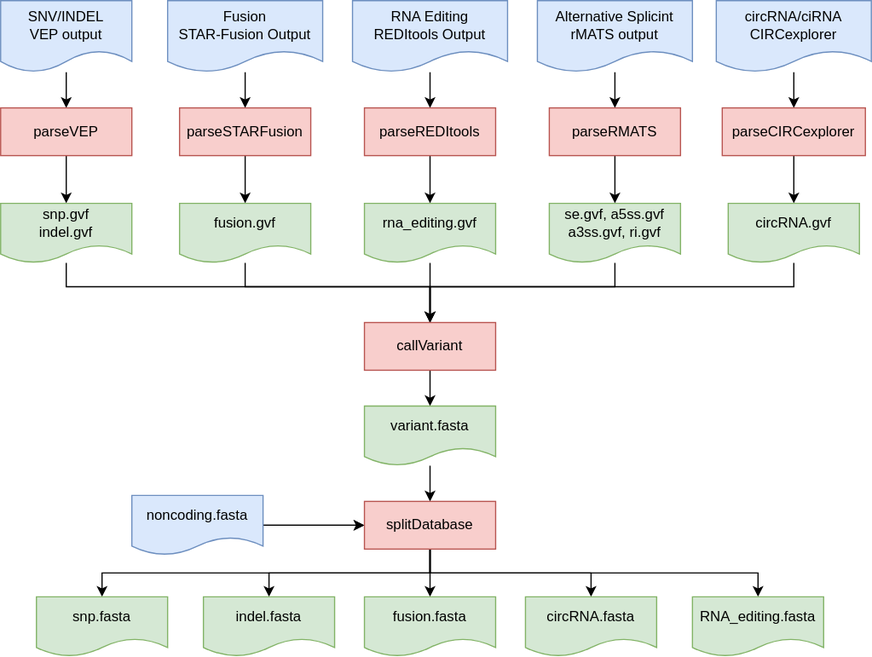
uclahs-cds/pipeline-call-NonCanonicalPeptide keeps this draw.io diagram as img/diagram.drawio.svg. Above is the earlier version. Source tidied: cells renumbered, new cells last; positions are measured from the earlier drawing's top-left corner, leaving out a move shared by most shapes.
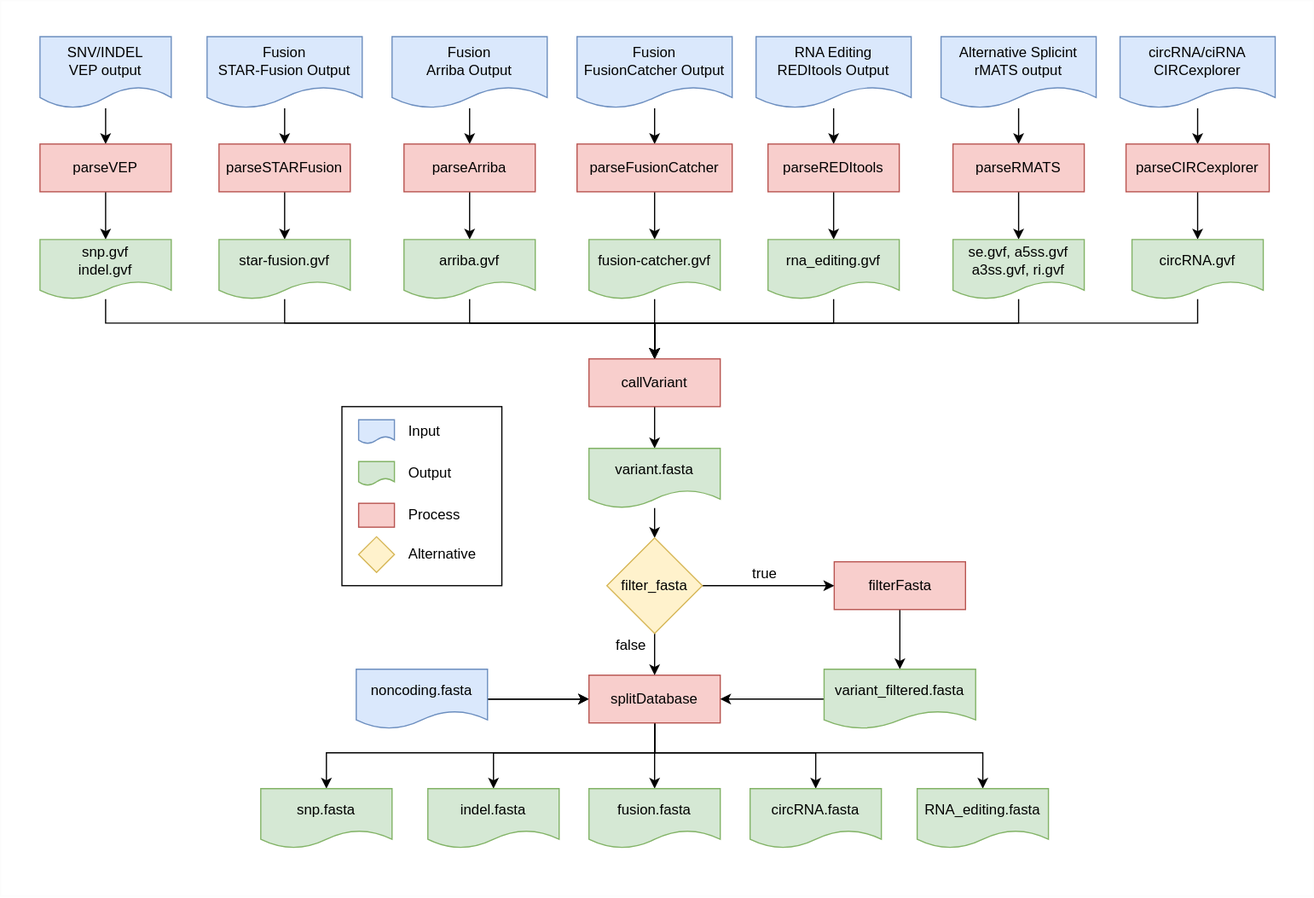
Later version of the same file.

Commit message:
readme updated with all parameters, diagram updated

Diff of the diagram source:
```diff
@@ -4,2 +4,5 @@
     <mxCell id="1" parent="0" />
+    <mxCell id="50" style="rounded=0;whiteSpace=wrap;html=1;strokeColor=#FCFCFC;" parent="1" vertex="1">
+      <mxGeometry x="-40" y="-40" width="1100" height="750" as="geometry" />
+    </mxCell>
     <mxCell id="2" style="edgeStyle=orthogonalEdgeStyle;rounded=0;jettySize=auto;html=1;entryX=0.5;entryY=0;entryDx=0;entryDy=0;" parent="1" edge="1" source="3" target="13">
@@ -8,3 +11,3 @@
     <mxCell id="3" value="SNV/INDEL&lt;br&gt;VEP output" style="shape=document;whiteSpace=wrap;html=1;boundedLbl=1;fillColor=#dae8fc;strokeColor=#6c8ebf;" parent="1" vertex="1">
-      <mxGeometry width="110" height="60" as="geometry" />
+      <mxGeometry x="-7" y="-10" width="110" height="60" as="geometry" />
     </mxCell>
@@ -14,3 +17,3 @@
     <mxCell id="5" value="Fusion&lt;br&gt;STAR-Fusion Output" style="shape=document;whiteSpace=wrap;html=1;boundedLbl=1;fillColor=#dae8fc;strokeColor=#6c8ebf;" parent="1" vertex="1">
-      <mxGeometry x="140" width="130" height="60" as="geometry" />
+      <mxGeometry x="133" y="-10" width="130" height="60" as="geometry" />
     </mxCell>
@@ -20,3 +23,3 @@
     <mxCell id="7" value="RNA Editing&lt;br&gt;REDItools Output" style="shape=document;whiteSpace=wrap;html=1;boundedLbl=1;fillColor=#dae8fc;strokeColor=#6c8ebf;" parent="1" vertex="1">
-      <mxGeometry x="295" width="130" height="60" as="geometry" />
+      <mxGeometry x="593" y="-10" width="130" height="60" as="geometry" />
     </mxCell>
@@ -26,3 +29,3 @@
     <mxCell id="9" value="Alternative Splicint&lt;br&gt;rMATS output" style="shape=document;whiteSpace=wrap;html=1;boundedLbl=1;fillColor=#dae8fc;strokeColor=#6c8ebf;" parent="1" vertex="1">
-      <mxGeometry x="450" width="130" height="60" as="geometry" />
+      <mxGeometry x="748" y="-10" width="130" height="60" as="geometry" />
     </mxCell>
@@ -32,3 +35,3 @@
     <mxCell id="11" value="circRNA/ciRNA&lt;br&gt;CIRCexplorer" style="shape=document;whiteSpace=wrap;html=1;boundedLbl=1;fillColor=#dae8fc;strokeColor=#6c8ebf;" parent="1" vertex="1">
-      <mxGeometry x="600" width="130" height="60" as="geometry" />
+      <mxGeometry x="898" y="-10" width="130" height="60" as="geometry" />
     </mxCell>
@@ -38,3 +41,3 @@
     <mxCell id="13" value="parseVEP" style="rounded=0;whiteSpace=wrap;html=1;fillColor=#f8cecc;strokeColor=#b85450;" parent="1" vertex="1">
-      <mxGeometry y="90" width="110" height="40" as="geometry" />
+      <mxGeometry x="-7" y="80" width="110" height="40" as="geometry" />
     </mxCell>
@@ -44,3 +47,3 @@
     <mxCell id="15" value="parseSTARFusion" style="rounded=0;whiteSpace=wrap;html=1;fillColor=#f8cecc;strokeColor=#b85450;" parent="1" vertex="1">
-      <mxGeometry x="150" y="90" width="110" height="40" as="geometry" />
+      <mxGeometry x="143" y="80" width="110" height="40" as="geometry" />
     </mxCell>
@@ -50,3 +53,3 @@
     <mxCell id="17" value="parseREDItools" style="rounded=0;whiteSpace=wrap;html=1;fillColor=#f8cecc;strokeColor=#b85450;" parent="1" vertex="1">
-      <mxGeometry x="305" y="90" width="110" height="40" as="geometry" />
+      <mxGeometry x="603" y="80" width="110" height="40" as="geometry" />
     </mxCell>
@@ -56,3 +59,3 @@
     <mxCell id="19" value="parseRMATS" style="rounded=0;whiteSpace=wrap;html=1;fillColor=#f8cecc;strokeColor=#b85450;" parent="1" vertex="1">
-      <mxGeometry x="460" y="90" width="110" height="40" as="geometry" />
+      <mxGeometry x="758" y="80" width="110" height="40" as="geometry" />
     </mxCell>
@@ -62,9 +65,9 @@
     <mxCell id="21" value="parseCIRCexplorer" style="rounded=0;whiteSpace=wrap;html=1;fillColor=#f8cecc;strokeColor=#b85450;" parent="1" vertex="1">
-      <mxGeometry x="605" y="90" width="120" height="40" as="geometry" />
+      <mxGeometry x="903" y="80" width="120" height="40" as="geometry" />
     </mxCell>
-    <mxCell id="22" style="edgeStyle=orthogonalEdgeStyle;rounded=0;jettySize=auto;html=1;entryX=0.5;entryY=0;entryDx=0;entryDy=0;" parent="1" edge="1" source="23" target="33">
+    <mxCell id="22" style="edgeStyle=orthogonalEdgeStyle;html=1;entryX=0.5;entryY=0;entryDx=0;entryDy=0;rounded=0;" parent="1" edge="1" source="23" target="33">
       <mxGeometry relative="1" as="geometry">
         <Array as="points">
-          <mxPoint x="55" y="240" />
-          <mxPoint x="360" y="240" />
+          <mxPoint x="48" y="230" />
+          <mxPoint x="508" y="230" />
         </Array>
@@ -73,27 +76,31 @@
     <mxCell id="23" value="snp.gvf&lt;br&gt;indel.gvf" style="shape=document;whiteSpace=wrap;html=1;boundedLbl=1;fillColor=#d5e8d4;strokeColor=#82b366;" parent="1" vertex="1">
-      <mxGeometry y="170" width="110" height="50" as="geometry" />
+      <mxGeometry x="-7" y="160" width="110" height="50" as="geometry" />
     </mxCell>
-    <mxCell id="24" style="edgeStyle=orthogonalEdgeStyle;rounded=0;jettySize=auto;html=1;" parent="1" edge="1" source="25">
-      <mxGeometry relative="1" as="geometry">
-        <mxPoint x="360" y="280" as="targetPoint" />
-        <Array as="points">
-          <mxPoint x="205" y="240" />
-          <mxPoint x="360" y="240" />
-        </Array>
-      </mxGeometry>
-    </mxCell>
+    <mxCell id="51" style="edgeStyle=orthogonalEdgeStyle;rounded=0;html=1;entryX=0.5;entryY=0;entryDx=0;entryDy=0;" parent="1" edge="1" source="25" target="33">
+      <mxGeometry relative="1" as="geometry">
+        <Array as="points">
+          <mxPoint x="198" y="230" />
+          <mxPoint x="508" y="230" />
+        </Array>
+      </mxGeometry>
+    </mxCell>
-    <mxCell id="25" value="fusion.gvf" style="shape=document;whiteSpace=wrap;html=1;boundedLbl=1;fillColor=#d5e8d4;strokeColor=#82b366;" parent="1" vertex="1">
-      <mxGeometry x="150" y="170" width="110" height="50" as="geometry" />
+    <mxCell id="25" value="star-fusion.gvf" style="shape=document;whiteSpace=wrap;html=1;boundedLbl=1;fillColor=#d5e8d4;strokeColor=#82b366;" parent="1" vertex="1">
+      <mxGeometry x="143" y="160" width="110" height="50" as="geometry" />
     </mxCell>
-    <mxCell id="26" style="edgeStyle=orthogonalEdgeStyle;rounded=0;jettySize=auto;html=1;entryX=0.5;entryY=0;entryDx=0;entryDy=0;" parent="1" edge="1" source="27" target="33">
-      <mxGeometry relative="1" as="geometry" />
+    <mxCell id="26" style="edgeStyle=orthogonalEdgeStyle;rounded=0;html=1;entryX=0.5;entryY=0;entryDx=0;entryDy=0;" parent="1" edge="1" source="27" target="33">
+      <mxGeometry relative="1" as="geometry">
+        <Array as="points">
+          <mxPoint x="658" y="230" />
+          <mxPoint x="508" y="230" />
+        </Array>
+      </mxGeometry>
     </mxCell>
     <mxCell id="27" value="rna_editing.gvf" style="shape=document;whiteSpace=wrap;html=1;boundedLbl=1;fillColor=#d5e8d4;strokeColor=#82b366;" parent="1" vertex="1">
-      <mxGeometry x="305" y="170" width="110" height="50" as="geometry" />
+      <mxGeometry x="603" y="160" width="110" height="50" as="geometry" />
     </mxCell>
-    <mxCell id="28" style="edgeStyle=orthogonalEdgeStyle;rounded=0;jettySize=auto;html=1;entryX=0.5;entryY=0;entryDx=0;entryDy=0;" parent="1" edge="1" source="29" target="33">
+    <mxCell id="28" style="edgeStyle=orthogonalEdgeStyle;rounded=0;html=1;entryX=0.5;entryY=0;entryDx=0;entryDy=0;" parent="1" edge="1" source="29" target="33">
       <mxGeometry relative="1" as="geometry">
         <Array as="points">
-          <mxPoint x="515" y="240" />
-          <mxPoint x="360" y="240" />
+          <mxPoint x="813" y="230" />
+          <mxPoint x="508" y="230" />
         </Array>
@@ -102,9 +109,9 @@
     <mxCell id="29" value="se.gvf, a5ss.gvf a3ss.gvf, ri.gvf" style="shape=document;whiteSpace=wrap;html=1;boundedLbl=1;fillColor=#d5e8d4;strokeColor=#82b366;" parent="1" vertex="1">
-      <mxGeometry x="460" y="170" width="110" height="50" as="geometry" />
+      <mxGeometry x="758" y="160" width="110" height="50" as="geometry" />
     </mxCell>
-    <mxCell id="30" style="edgeStyle=orthogonalEdgeStyle;rounded=0;jettySize=auto;html=1;entryX=0.5;entryY=0;entryDx=0;entryDy=0;" parent="1" edge="1" source="31" target="33">
+    <mxCell id="30" style="edgeStyle=orthogonalEdgeStyle;rounded=0;html=1;entryX=0.5;entryY=0;entryDx=0;entryDy=0;" parent="1" edge="1" source="31" target="33">
       <mxGeometry relative="1" as="geometry">
         <Array as="points">
-          <mxPoint x="665" y="240" />
-          <mxPoint x="360" y="240" />
+          <mxPoint x="963" y="230" />
+          <mxPoint x="508" y="230" />
         </Array>
@@ -113,3 +120,3 @@
     <mxCell id="31" value="circRNA.gvf" style="shape=document;whiteSpace=wrap;html=1;boundedLbl=1;fillColor=#d5e8d4;strokeColor=#82b366;" parent="1" vertex="1">
-      <mxGeometry x="610" y="170" width="110" height="50" as="geometry" />
+      <mxGeometry x="908" y="160" width="110" height="50" as="geometry" />
     </mxCell>
@@ -119,9 +126,9 @@
     <mxCell id="33" value="callVariant" style="rounded=0;whiteSpace=wrap;html=1;fillColor=#f8cecc;strokeColor=#b85450;" parent="1" vertex="1">
-      <mxGeometry x="305" y="270" width="110" height="40" as="geometry" />
+      <mxGeometry x="453" y="260" width="110" height="40" as="geometry" />
     </mxCell>
-    <mxCell id="34" style="edgeStyle=orthogonalEdgeStyle;rounded=0;jettySize=auto;html=1;" parent="1" edge="1" source="35" target="44">
-      <mxGeometry relative="1" as="geometry" />
-    </mxCell>
+    <mxCell id="52" style="edgeStyle=orthogonalEdgeStyle;rounded=0;html=1;" parent="1" edge="1" source="35" target="69">
+      <mxGeometry relative="1" as="geometry" />
+    </mxCell>
     <mxCell id="35" value="variant.fasta" style="shape=document;whiteSpace=wrap;html=1;boundedLbl=1;fillColor=#d5e8d4;strokeColor=#82b366;" parent="1" vertex="1">
-      <mxGeometry x="305" y="340" width="110" height="50" as="geometry" />
+      <mxGeometry x="453" y="335" width="110" height="50" as="geometry" />
     </mxCell>
@@ -134,3 +141,3 @@
     <mxCell id="38" value="noncoding.fasta" style="shape=document;whiteSpace=wrap;html=1;boundedLbl=1;fillColor=#dae8fc;strokeColor=#6c8ebf;" parent="1" vertex="1">
-      <mxGeometry x="110" y="415" width="110" height="50" as="geometry" />
+      <mxGeometry x="258" y="520" width="110" height="50" as="geometry" />
     </mxCell>
@@ -139,4 +146,4 @@
         <Array as="points">
-          <mxPoint x="360" y="480" />
-          <mxPoint x="85" y="480" />
+          <mxPoint x="508" y="590" />
+          <mxPoint x="233" y="590" />
         </Array>
@@ -147,4 +154,4 @@
         <Array as="points">
-          <mxPoint x="360" y="480" />
-          <mxPoint x="225" y="480" />
+          <mxPoint x="508" y="590" />
+          <mxPoint x="373" y="590" />
         </Array>
@@ -158,4 +165,4 @@
         <Array as="points">
-          <mxPoint x="360" y="480" />
-          <mxPoint x="495" y="480" />
+          <mxPoint x="508" y="590" />
+          <mxPoint x="643" y="590" />
         </Array>
@@ -166,4 +173,4 @@
         <Array as="points">
-          <mxPoint x="360" y="480" />
-          <mxPoint x="635" y="480" />
+          <mxPoint x="508" y="590" />
+          <mxPoint x="783" y="590" />
         </Array>
@@ -172,19 +179,117 @@
     <mxCell id="44" value="splitDatabase" style="rounded=0;whiteSpace=wrap;html=1;fillColor=#f8cecc;strokeColor=#b85450;" parent="1" vertex="1">
-      <mxGeometry x="305" y="420" width="110" height="40" as="geometry" />
+      <mxGeometry x="453" y="525" width="110" height="40" as="geometry" />
     </mxCell>
     <mxCell id="45" value="snp.fasta" style="shape=document;whiteSpace=wrap;html=1;boundedLbl=1;fillColor=#d5e8d4;strokeColor=#82b366;" parent="1" vertex="1">
-      <mxGeometry x="30" y="500" width="110" height="50" as="geometry" />
+      <mxGeometry x="178" y="620" width="110" height="50" as="geometry" />
     </mxCell>
     <mxCell id="46" value="indel.fasta" style="shape=document;whiteSpace=wrap;html=1;boundedLbl=1;fillColor=#d5e8d4;strokeColor=#82b366;" parent="1" vertex="1">
-      <mxGeometry x="170" y="500" width="110" height="50" as="geometry" />
+      <mxGeometry x="318" y="620" width="110" height="50" as="geometry" />
     </mxCell>
     <mxCell id="47" value="fusion.fasta" style="shape=document;whiteSpace=wrap;html=1;boundedLbl=1;fillColor=#d5e8d4;strokeColor=#82b366;" parent="1" vertex="1">
-      <mxGeometry x="305" y="500" width="110" height="50" as="geometry" />
+      <mxGeometry x="453" y="620" width="110" height="50" as="geometry" />
     </mxCell>
     <mxCell id="48" value="circRNA.fasta" style="shape=document;whiteSpace=wrap;html=1;boundedLbl=1;fillColor=#d5e8d4;strokeColor=#82b366;" parent="1" vertex="1">
-      <mxGeometry x="440" y="500" width="110" height="50" as="geometry" />
+      <mxGeometry x="588" y="620" width="110" height="50" as="geometry" />
     </mxCell>
     <mxCell id="49" value="RNA_editing.fasta" style="shape=document;whiteSpace=wrap;html=1;boundedLbl=1;fillColor=#d5e8d4;strokeColor=#82b366;" parent="1" vertex="1">
-      <mxGeometry x="580" y="500" width="110" height="50" as="geometry" />
+      <mxGeometry x="728" y="620" width="110" height="50" as="geometry" />
     </mxCell>
+    <mxCell id="53" style="edgeStyle=orthogonalEdgeStyle;rounded=0;jettySize=auto;html=1;entryX=0.5;entryY=0;entryDx=0;entryDy=0;" parent="1" edge="1" source="54" target="56">
+      <mxGeometry relative="1" as="geometry" />
+    </mxCell>
+    <mxCell id="54" value="Fusion&lt;br&gt;Arriba Output" style="shape=document;whiteSpace=wrap;html=1;boundedLbl=1;fillColor=#dae8fc;strokeColor=#6c8ebf;" parent="1" vertex="1">
+      <mxGeometry x="288" y="-10" width="130" height="60" as="geometry" />
+    </mxCell>
+    <mxCell id="55" style="edgeStyle=orthogonalEdgeStyle;rounded=0;jettySize=auto;html=1;" parent="1" edge="1" source="56" target="58">
+      <mxGeometry relative="1" as="geometry" />
+    </mxCell>
+    <mxCell id="56" value="parseArriba" style="rounded=0;whiteSpace=wrap;html=1;fillColor=#f8cecc;strokeColor=#b85450;" parent="1" vertex="1">
+      <mxGeometry x="298" y="80" width="110" height="40" as="geometry" />
+    </mxCell>
+    <mxCell id="57" style="edgeStyle=orthogonalEdgeStyle;rounded=0;html=1;entryX=0.5;entryY=0;entryDx=0;entryDy=0;" parent="1" edge="1" source="58" target="33">
+      <mxGeometry relative="1" as="geometry">
+        <Array as="points">
+          <mxPoint x="353" y="230" />
+          <mxPoint x="508" y="230" />
+        </Array>
+      </mxGeometry>
+    </mxCell>
+    <mxCell id="58" value="arriba.gvf" style="shape=document;whiteSpace=wrap;html=1;boundedLbl=1;fillColor=#d5e8d4;strokeColor=#82b366;" parent="1" vertex="1">
+      <mxGeometry x="298" y="160" width="110" height="50" as="geometry" />
+    </mxCell>
+    <mxCell id="59" style="edgeStyle=orthogonalEdgeStyle;rounded=0;jettySize=auto;html=1;entryX=0.5;entryY=0;entryDx=0;entryDy=0;" parent="1" edge="1" source="60" target="62">
+      <mxGeometry relative="1" as="geometry" />
+    </mxCell>
+    <mxCell id="60" value="Fusion&lt;br&gt;FusionCatcher Output" style="shape=document;whiteSpace=wrap;html=1;boundedLbl=1;fillColor=#dae8fc;strokeColor=#6c8ebf;" parent="1" vertex="1">
+      <mxGeometry x="443" y="-10" width="130" height="60" as="geometry" />
+    </mxCell>
+    <mxCell id="61" style="edgeStyle=orthogonalEdgeStyle;rounded=0;jettySize=auto;html=1;" parent="1" edge="1" source="62" target="64">
+      <mxGeometry relative="1" as="geometry" />
+    </mxCell>
+    <mxCell id="62" value="parseFusionCatcher" style="rounded=0;whiteSpace=wrap;html=1;fillColor=#f8cecc;strokeColor=#b85450;" parent="1" vertex="1">
+      <mxGeometry x="443" y="80" width="130" height="40" as="geometry" />
+    </mxCell>
+    <mxCell id="63" style="edgeStyle=orthogonalEdgeStyle;rounded=0;html=1;entryX=0.5;entryY=0;entryDx=0;entryDy=0;" parent="1" edge="1" source="64" target="33">
+      <mxGeometry relative="1" as="geometry" />
+    </mxCell>
+    <mxCell id="64" value="fusion-catcher.gvf" style="shape=document;whiteSpace=wrap;html=1;boundedLbl=1;fillColor=#d5e8d4;strokeColor=#82b366;" parent="1" vertex="1">
+      <mxGeometry x="453" y="160" width="110" height="50" as="geometry" />
+    </mxCell>
+    <mxCell id="65" style="edgeStyle=orthogonalEdgeStyle;rounded=0;html=1;entryX=0.5;entryY=0;entryDx=0;entryDy=0;" parent="1" edge="1" source="66" target="73">
+      <mxGeometry relative="1" as="geometry" />
+    </mxCell>
+    <mxCell id="66" value="filterFasta" style="rounded=0;whiteSpace=wrap;html=1;fillColor=#f8cecc;strokeColor=#b85450;" parent="1" vertex="1">
+      <mxGeometry x="658.5" y="430" width="110" height="40" as="geometry" />
+    </mxCell>
+    <mxCell id="67" style="edgeStyle=orthogonalEdgeStyle;rounded=0;html=1;entryX=0;entryY=0.5;entryDx=0;entryDy=0;" parent="1" edge="1" source="69" target="66">
+      <mxGeometry relative="1" as="geometry" />
+    </mxCell>
+    <mxCell id="68" style="edgeStyle=orthogonalEdgeStyle;rounded=0;html=1;entryX=0.5;entryY=0;entryDx=0;entryDy=0;" parent="1" edge="1" source="69" target="44">
+      <mxGeometry relative="1" as="geometry" />
+    </mxCell>
+    <mxCell id="69" value="filter_fasta" style="rhombus;whiteSpace=wrap;html=1;fillColor=#fff2cc;strokeColor=#d6b656;" parent="1" vertex="1">
+      <mxGeometry x="468" y="410" width="80" height="80" as="geometry" />
+    </mxCell>
+    <mxCell id="70" value="true" style="text;html=1;align=center;verticalAlign=middle;strokeColor=none;fillColor=none;" parent="1" vertex="1">
+      <mxGeometry x="580" y="430" width="40" height="20" as="geometry" />
+    </mxCell>
+    <mxCell id="71" value="false" style="text;html=1;align=center;verticalAlign=middle;strokeColor=none;fillColor=none;" parent="1" vertex="1">
+      <mxGeometry x="468" y="490" width="40" height="20" as="geometry" />
+    </mxCell>
+    <mxCell id="72" style="edgeStyle=orthogonalEdgeStyle;rounded=0;html=1;entryX=1;entryY=0.5;entryDx=0;entryDy=0;" parent="1" edge="1" source="73" target="44">
+      <mxGeometry relative="1" as="geometry" />
+    </mxCell>
+    <mxCell id="73" value="variant_filtered.fasta" style="shape=document;whiteSpace=wrap;html=1;boundedLbl=1;fillColor=#d5e8d4;strokeColor=#82b366;" parent="1" vertex="1">
+      <mxGeometry x="650" y="520" width="127" height="50" as="geometry" />
+    </mxCell>
+    <mxCell id="74" style="group;" parent="1" vertex="1">
+      <mxGeometry x="246" y="300" width="134" height="150" as="geometry" />
+    </mxCell>
+    <mxCell id="75" style="rounded=0;whiteSpace=wrap;html=1;" parent="74" vertex="1">
+      <mxGeometry width="134" height="150" as="geometry" />
+    </mxCell>
+    <mxCell id="76" style="shape=document;whiteSpace=wrap;html=1;boundedLbl=1;fillColor=#dae8fc;strokeColor=#6c8ebf;" parent="74" vertex="1">
+      <mxGeometry x="14" y="11" width="30" height="20" as="geometry" />
+    </mxCell>
+    <mxCell id="77" value="Input" style="text;html=1;align=left;verticalAlign=middle;strokeColor=none;fillColor=none;" parent="74" vertex="1">
+      <mxGeometry x="54" y="11" width="40" height="20" as="geometry" />
+    </mxCell>
+    <mxCell id="78" style="shape=document;whiteSpace=wrap;html=1;boundedLbl=1;fillColor=#d5e8d4;strokeColor=#82b366;" parent="74" vertex="1">
+      <mxGeometry x="14" y="46" width="30" height="20" as="geometry" />
+    </mxCell>
+    <mxCell id="79" value="Output" style="text;html=1;align=left;verticalAlign=middle;strokeColor=none;fillColor=none;" parent="74" vertex="1">
+      <mxGeometry x="54" y="46" width="50" height="20" as="geometry" />
+    </mxCell>
+    <mxCell id="80" style="rounded=0;whiteSpace=wrap;html=1;fillColor=#f8cecc;strokeColor=#b85450;" parent="74" vertex="1">
+      <mxGeometry x="14" y="81" width="30" height="20" as="geometry" />
+    </mxCell>
+    <mxCell id="81" value="Process" style="text;html=1;align=left;verticalAlign=middle;strokeColor=none;fillColor=none;" parent="74" vertex="1">
+      <mxGeometry x="54" y="81" width="60" height="20" as="geometry" />
+    </mxCell>
+    <mxCell id="82" style="rhombus;whiteSpace=wrap;html=1;fillColor=#fff2cc;strokeColor=#d6b656;" parent="74" vertex="1">
+      <mxGeometry x="14" y="109" width="30" height="30" as="geometry" />
+    </mxCell>
+    <mxCell id="83" value="Alternative" style="text;html=1;align=left;verticalAlign=middle;strokeColor=none;fillColor=none;" parent="74" vertex="1">
+      <mxGeometry x="54" y="114" width="70" height="20" as="geometry" />
+    </mxCell>
   </root>
```
